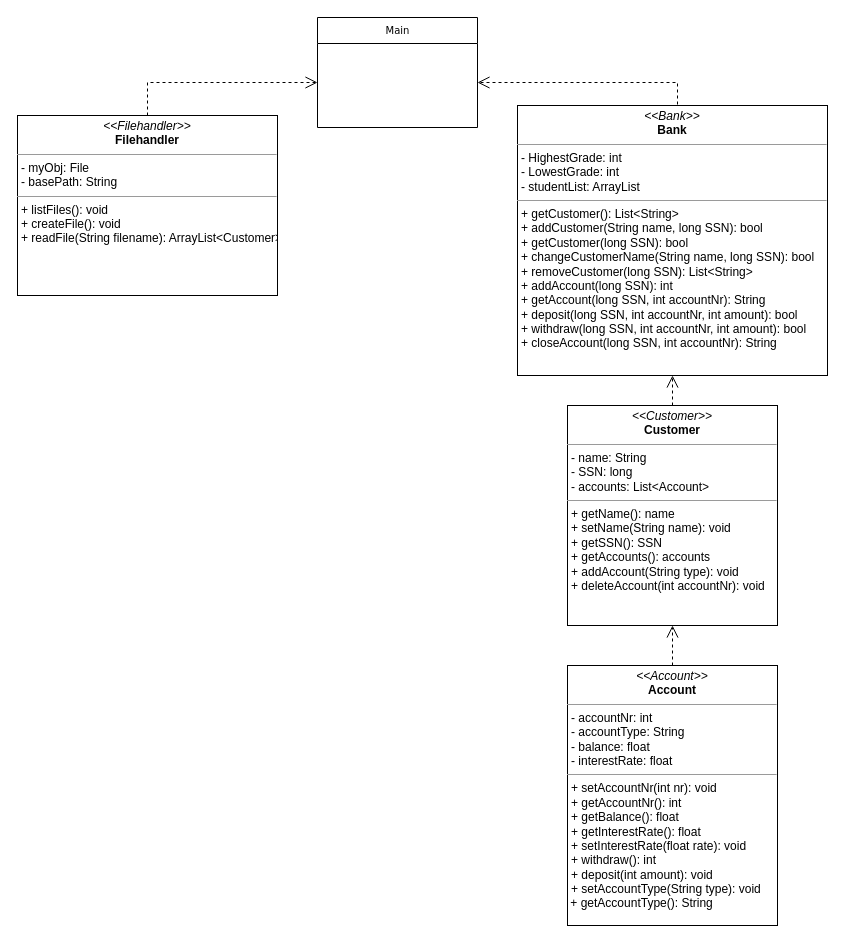
The draw.io diagram _documentation/bankapp.drawio in tallner/grit-java-bankapp, before the edit. Source tidied: cells renumbered, new cells numbered last; positions are measured from the earlier drawing's top-left corner, leaving out a move shared by most shapes. Both pictures are drawn from the tidied source at 100%, with x=0, y=0 at pixel (17, 17).
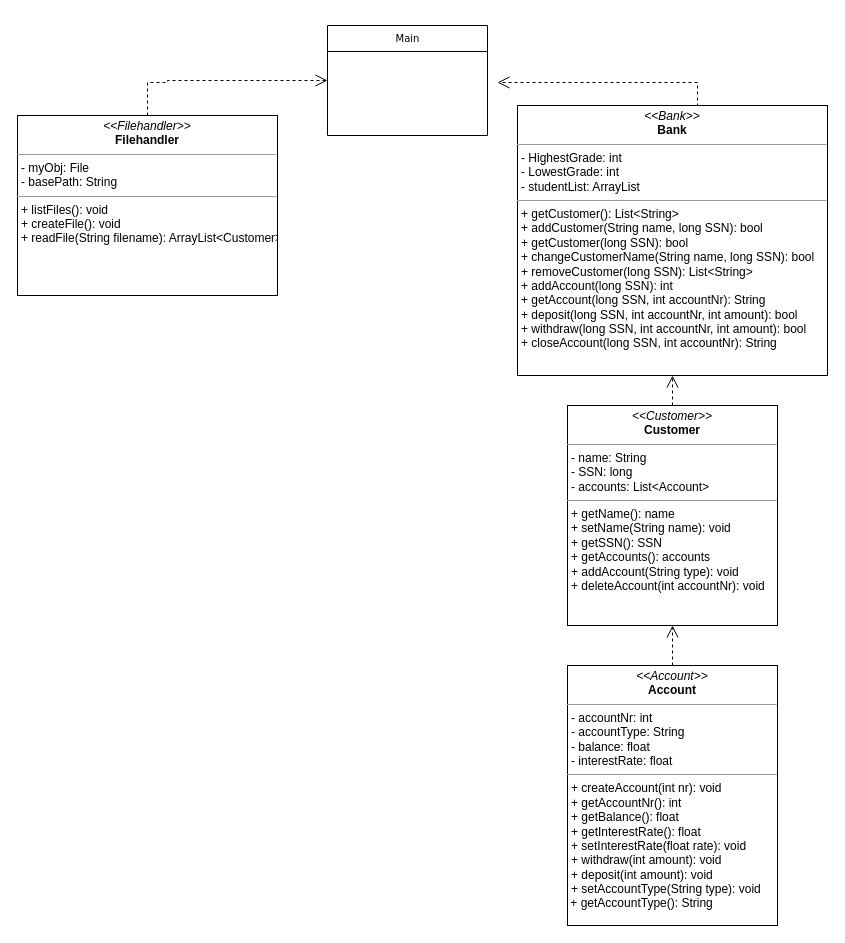
The same page after the edit.

Commit message (it also covers changes not shown here):
basic setup for account

Diff of the diagram source:
```diff
@@
 <mxGraphModel>
   <root>
     <mxCell id="0" />
     <mxCell id="1" parent="0" />
     <mxCell id="2" value="Main" style="swimlane;html=1;fontStyle=0;horizontal=1;startSize=26;fillColor=none;swimlaneFillColor=#ffffff;rounded=0;shadow=0;comic=0;labelBackgroundColor=none;strokeWidth=1;fontFamily=Verdana;fontSize=10;align=center;" parent="1" vertex="1">
-      <mxGeometry x="300" width="160" height="110" as="geometry" />
+      <mxGeometry x="310" y="8" width="160" height="110" as="geometry" />
     </mxCell>
-    <mxCell id="3" value="&lt;p style=&quot;margin: 0px ; margin-top: 4px ; text-align: center&quot;&gt;&lt;i&gt;&amp;lt;&amp;lt;Account&amp;gt;&amp;gt;&lt;/i&gt;&lt;br&gt;&lt;b&gt;Account&lt;/b&gt;&lt;/p&gt;&lt;hr size=&quot;1&quot;&gt;&lt;p style=&quot;margin: 0px ; margin-left: 4px&quot;&gt;- accountNr: int&lt;br&gt;&lt;/p&gt;&lt;p style=&quot;margin: 0px ; margin-left: 4px&quot;&gt;- accountType: String&lt;/p&gt;&lt;p style=&quot;margin: 0px ; margin-left: 4px&quot;&gt;- balance: float&lt;/p&gt;&lt;p style=&quot;margin: 0px ; margin-left: 4px&quot;&gt;- interestRate: float&lt;/p&gt;&lt;hr size=&quot;1&quot;&gt;&lt;p style=&quot;margin: 0px ; margin-left: 4px&quot;&gt;+ setAccountNr(int nr): void&lt;/p&gt;&lt;p style=&quot;margin: 0px ; margin-left: 4px&quot;&gt;+ getAccountNr(): int&lt;/p&gt;&lt;p style=&quot;margin: 0px ; margin-left: 4px&quot;&gt;+ getBalance(): float&lt;br&gt;+ getInterestRate(): float&lt;/p&gt;&lt;p style=&quot;margin: 0px ; margin-left: 4px&quot;&gt;+ setInterestRate(float rate): void&lt;br&gt;&lt;/p&gt;&lt;p style=&quot;margin: 0px ; margin-left: 4px&quot;&gt;+ withdraw(): int&lt;/p&gt;&lt;p style=&quot;margin: 0px ; margin-left: 4px&quot;&gt;+ deposit(int amount): void&lt;/p&gt;&lt;p style=&quot;margin: 0px ; margin-left: 4px&quot;&gt;+ setAccountType(String type): void&lt;span&gt;&amp;nbsp;&lt;/span&gt;&lt;/p&gt;&amp;nbsp;+ getAccountType(): String" style="verticalAlign=top;align=left;overflow=fill;fontSize=12;fontFamily=Helvetica;html=1;rounded=0;shadow=0;comic=0;labelBackgroundColor=none;strokeWidth=1;" parent="1" vertex="1">
+    <mxCell id="3" value="&lt;p style=&quot;margin: 0px ; margin-top: 4px ; text-align: center&quot;&gt;&lt;i&gt;&amp;lt;&amp;lt;Account&amp;gt;&amp;gt;&lt;/i&gt;&lt;br&gt;&lt;b&gt;Account&lt;/b&gt;&lt;/p&gt;&lt;hr size=&quot;1&quot;&gt;&lt;p style=&quot;margin: 0px ; margin-left: 4px&quot;&gt;- accountNr: int&lt;br&gt;&lt;/p&gt;&lt;p style=&quot;margin: 0px ; margin-left: 4px&quot;&gt;- accountType: String&lt;/p&gt;&lt;p style=&quot;margin: 0px ; margin-left: 4px&quot;&gt;- balance: float&lt;/p&gt;&lt;p style=&quot;margin: 0px ; margin-left: 4px&quot;&gt;- interestRate: float&lt;/p&gt;&lt;hr size=&quot;1&quot;&gt;&lt;p style=&quot;margin: 0px ; margin-left: 4px&quot;&gt;+ createAccount(int nr): void&lt;/p&gt;&lt;p style=&quot;margin: 0px ; margin-left: 4px&quot;&gt;+ getAccountNr(): int&lt;/p&gt;&lt;p style=&quot;margin: 0px ; margin-left: 4px&quot;&gt;+ getBalance(): float&lt;br&gt;+ getInterestRate(): float&lt;/p&gt;&lt;p style=&quot;margin: 0px ; margin-left: 4px&quot;&gt;+ setInterestRate(float rate): void&lt;br&gt;&lt;/p&gt;&lt;p style=&quot;margin: 0px ; margin-left: 4px&quot;&gt;+ withdraw(int amount): void&lt;/p&gt;&lt;p style=&quot;margin: 0px ; margin-left: 4px&quot;&gt;+ deposit(int amount): void&lt;/p&gt;&lt;p style=&quot;margin: 0px ; margin-left: 4px&quot;&gt;+ setAccountType(String type): void&lt;span&gt;&amp;nbsp;&lt;/span&gt;&lt;/p&gt;&amp;nbsp;+ getAccountType(): String" style="verticalAlign=top;align=left;overflow=fill;fontSize=12;fontFamily=Helvetica;html=1;rounded=0;shadow=0;comic=0;labelBackgroundColor=none;strokeWidth=1;" parent="1" vertex="1">
       <mxGeometry x="550" y="648" width="210" height="260" as="geometry" />
     </mxCell>
-    <mxCell id="4" style="edgeStyle=orthogonalEdgeStyle;rounded=0;html=1;labelBackgroundColor=none;startFill=0;endArrow=open;endFill=0;endSize=10;fontFamily=Verdana;fontSize=10;dashed=1;exitX=0.5;exitY=0;exitDx=0;exitDy=0;" parent="1" edge="1" source="5">
+    <mxCell id="4" style="edgeStyle=orthogonalEdgeStyle;rounded=0;html=1;labelBackgroundColor=none;startFill=0;endArrow=open;endFill=0;endSize=10;fontFamily=Verdana;fontSize=10;dashed=1;exitX=0.5;exitY=0;exitDx=0;exitDy=0;entryX=0;entryY=0.5;entryDx=0;entryDy=0;" parent="1" edge="1" source="5" target="2">
       <mxGeometry relative="1" as="geometry">
-        <mxPoint x="300" y="65" as="targetPoint" />
         <Array as="points">
           <mxPoint x="130" y="65" />
+          <mxPoint x="150" y="65" />
+          <mxPoint x="150" y="63" />
         </Array>
       </mxGeometry>
     </mxCell>
     <mxCell id="5" value="&lt;p style=&quot;margin: 0px ; margin-top: 4px ; text-align: center&quot;&gt;&lt;i&gt;&amp;lt;&amp;lt;Filehandler&amp;gt;&amp;gt;&lt;/i&gt;&lt;br&gt;&lt;b&gt;Filehandler&lt;/b&gt;&lt;/p&gt;&lt;hr size=&quot;1&quot;&gt;&lt;p style=&quot;margin: 0px ; margin-left: 4px&quot;&gt;- myObj: File&lt;/p&gt;&lt;p style=&quot;margin: 0px ; margin-left: 4px&quot;&gt;&lt;span&gt;- basePath: String&lt;/span&gt;&lt;br&gt;&lt;/p&gt;&lt;hr size=&quot;1&quot;&gt;&lt;p style=&quot;margin: 0px ; margin-left: 4px&quot;&gt;+ listFiles(): void&lt;br&gt;+ createFile(): void&lt;/p&gt;&lt;p style=&quot;margin: 0px ; margin-left: 4px&quot;&gt;&lt;span&gt;+ readFile(String filename): ArrayList&amp;lt;Customer&amp;gt;&lt;/span&gt;&lt;/p&gt;" style="verticalAlign=top;align=left;overflow=fill;fontSize=12;fontFamily=Helvetica;html=1;rounded=0;shadow=0;comic=0;labelBackgroundColor=none;strokeWidth=1;" parent="1" vertex="1">
       <mxGeometry y="98" width="260" height="180" as="geometry" />
     </mxCell>
     <mxCell id="6" style="edgeStyle=orthogonalEdgeStyle;rounded=0;html=1;dashed=1;labelBackgroundColor=none;startFill=0;endArrow=open;endFill=0;endSize=10;fontFamily=Verdana;fontSize=10;entryX=0.5;entryY=1;entryDx=0;entryDy=0;" parent="1" edge="1" source="7" target="10">
       <mxGeometry relative="1" as="geometry" />
     </mxCell>
     <mxCell id="7" value="&lt;p style=&quot;margin: 0px ; margin-top: 4px ; text-align: center&quot;&gt;&lt;i&gt;&amp;lt;&amp;lt;Customer&amp;gt;&amp;gt;&lt;/i&gt;&lt;br&gt;&lt;b&gt;Customer&lt;/b&gt;&lt;/p&gt;&lt;hr size=&quot;1&quot;&gt;&lt;p style=&quot;margin: 0px ; margin-left: 4px&quot;&gt;- name: String&lt;br&gt;- SSN: long&lt;/p&gt;&lt;p style=&quot;margin: 0px ; margin-left: 4px&quot;&gt;- accounts: List&amp;lt;Account&amp;gt;&lt;/p&gt;&lt;hr size=&quot;1&quot;&gt;&lt;p style=&quot;margin: 0px ; margin-left: 4px&quot;&gt;+ getName(): name&lt;/p&gt;&lt;p style=&quot;margin: 0px ; margin-left: 4px&quot;&gt;+ setName(String name): void&lt;/p&gt;&lt;p style=&quot;margin: 0px ; margin-left: 4px&quot;&gt;+ getSSN(): SSN&lt;br&gt;+ getAccounts(): accounts&lt;/p&gt;&lt;p style=&quot;margin: 0px ; margin-left: 4px&quot;&gt;+ addAccount(String type): void&lt;/p&gt;&lt;p style=&quot;margin: 0px ; margin-left: 4px&quot;&gt;+ deleteAccount(int accountNr): void&lt;/p&gt;" style="verticalAlign=top;align=left;overflow=fill;fontSize=12;fontFamily=Helvetica;html=1;rounded=0;shadow=0;comic=0;labelBackgroundColor=none;strokeWidth=1;" parent="1" vertex="1">
       <mxGeometry x="550" y="388" width="210" height="220" as="geometry" />
     </mxCell>
     <mxCell id="8" style="edgeStyle=orthogonalEdgeStyle;rounded=0;html=1;dashed=1;labelBackgroundColor=none;startFill=0;endArrow=open;endFill=0;endSize=10;fontFamily=Verdana;fontSize=10;entryX=1;entryY=0.5;entryDx=0;entryDy=0;exitX=0.5;exitY=0;exitDx=0;exitDy=0;" parent="1" edge="1" source="10">
       <mxGeometry relative="1" as="geometry">
-        <mxPoint x="460" y="65" as="targetPoint" />
+        <mxPoint x="480" y="65" as="targetPoint" />
         <Array as="points">
-          <mxPoint x="660" y="118" />
-          <mxPoint x="660" y="65" />
+          <mxPoint x="680" y="118" />
+          <mxPoint x="680" y="65" />
         </Array>
       </mxGeometry>
     </mxCell>
     <mxCell id="9" style="edgeStyle=orthogonalEdgeStyle;rounded=0;jettySize=auto;html=1;exitX=0.5;exitY=1;exitDx=0;exitDy=0;" parent="1" edge="1" source="10">
       <mxGeometry relative="1" as="geometry">
-        <mxPoint x="655" y="348" as="targetPoint" />
+        <mxPoint x="675" y="348" as="targetPoint" />
       </mxGeometry>
     </mxCell>
     <mxCell id="10" value="&lt;p style=&quot;margin: 0px ; margin-top: 4px ; text-align: center&quot;&gt;&lt;i&gt;&amp;lt;&amp;lt;Bank&amp;gt;&amp;gt;&lt;/i&gt;&lt;br&gt;&lt;b&gt;Bank&lt;/b&gt;&lt;/p&gt;&lt;hr size=&quot;1&quot;&gt;&lt;p style=&quot;margin: 0px ; margin-left: 4px&quot;&gt;- HighestGrade: int&lt;/p&gt;&lt;p style=&quot;margin: 0px ; margin-left: 4px&quot;&gt;- LowestGrade: int&lt;br&gt;&lt;/p&gt;&lt;p style=&quot;margin: 0px ; margin-left: 4px&quot;&gt;- studentList: ArrayList&lt;/p&gt;&lt;hr size=&quot;1&quot;&gt;&lt;p style=&quot;margin: 0px ; margin-left: 4px&quot;&gt;+ getCustomer(): List&amp;lt;String&amp;gt;&lt;/p&gt;&lt;p style=&quot;margin: 0px ; margin-left: 4px&quot;&gt;+ addCustomer(String name, long SSN): bool&lt;/p&gt;&lt;p style=&quot;margin: 0px ; margin-left: 4px&quot;&gt;+ getCustomer(long SSN): bool&lt;/p&gt;&lt;p style=&quot;margin: 0px ; margin-left: 4px&quot;&gt;+ changeCustomerName(String name, long SSN): bool&lt;/p&gt;&lt;p style=&quot;margin: 0px ; margin-left: 4px&quot;&gt;+ removeCustomer(long SSN): List&amp;lt;String&amp;gt;&lt;/p&gt;&lt;p style=&quot;margin: 0px ; margin-left: 4px&quot;&gt;+ addAccount(long SSN): int&lt;/p&gt;&lt;p style=&quot;margin: 0px ; margin-left: 4px&quot;&gt;+ getAccount(long SSN, int accountNr): String&lt;/p&gt;&lt;p style=&quot;margin: 0px ; margin-left: 4px&quot;&gt;+ deposit(long SSN, int accountNr, int amount): bool&lt;/p&gt;&lt;p style=&quot;margin: 0px ; margin-left: 4px&quot;&gt;+ withdraw(long SSN, int accountNr, int amount): bool&lt;/p&gt;&lt;p style=&quot;margin: 0px ; margin-left: 4px&quot;&gt;+ closeAccount(long SSN, int accountNr): String&lt;/p&gt;" style="verticalAlign=top;align=left;overflow=fill;fontSize=12;fontFamily=Helvetica;html=1;rounded=0;shadow=0;comic=0;labelBackgroundColor=none;strokeWidth=1;" parent="1" vertex="1">
       <mxGeometry x="500" y="88" width="310" height="270" as="geometry" />
     </mxCell>
     <mxCell id="11" style="edgeStyle=orthogonalEdgeStyle;rounded=0;html=1;dashed=1;labelBackgroundColor=none;startFill=0;endArrow=open;endFill=0;endSize=10;fontFamily=Verdana;fontSize=10;entryX=0.5;entryY=1;entryDx=0;entryDy=0;exitX=0.5;exitY=0;exitDx=0;exitDy=0;" parent="1" edge="1" source="3" target="7">
       <mxGeometry relative="1" as="geometry" />
     </mxCell>
   </root>
 </mxGraphModel>
```
